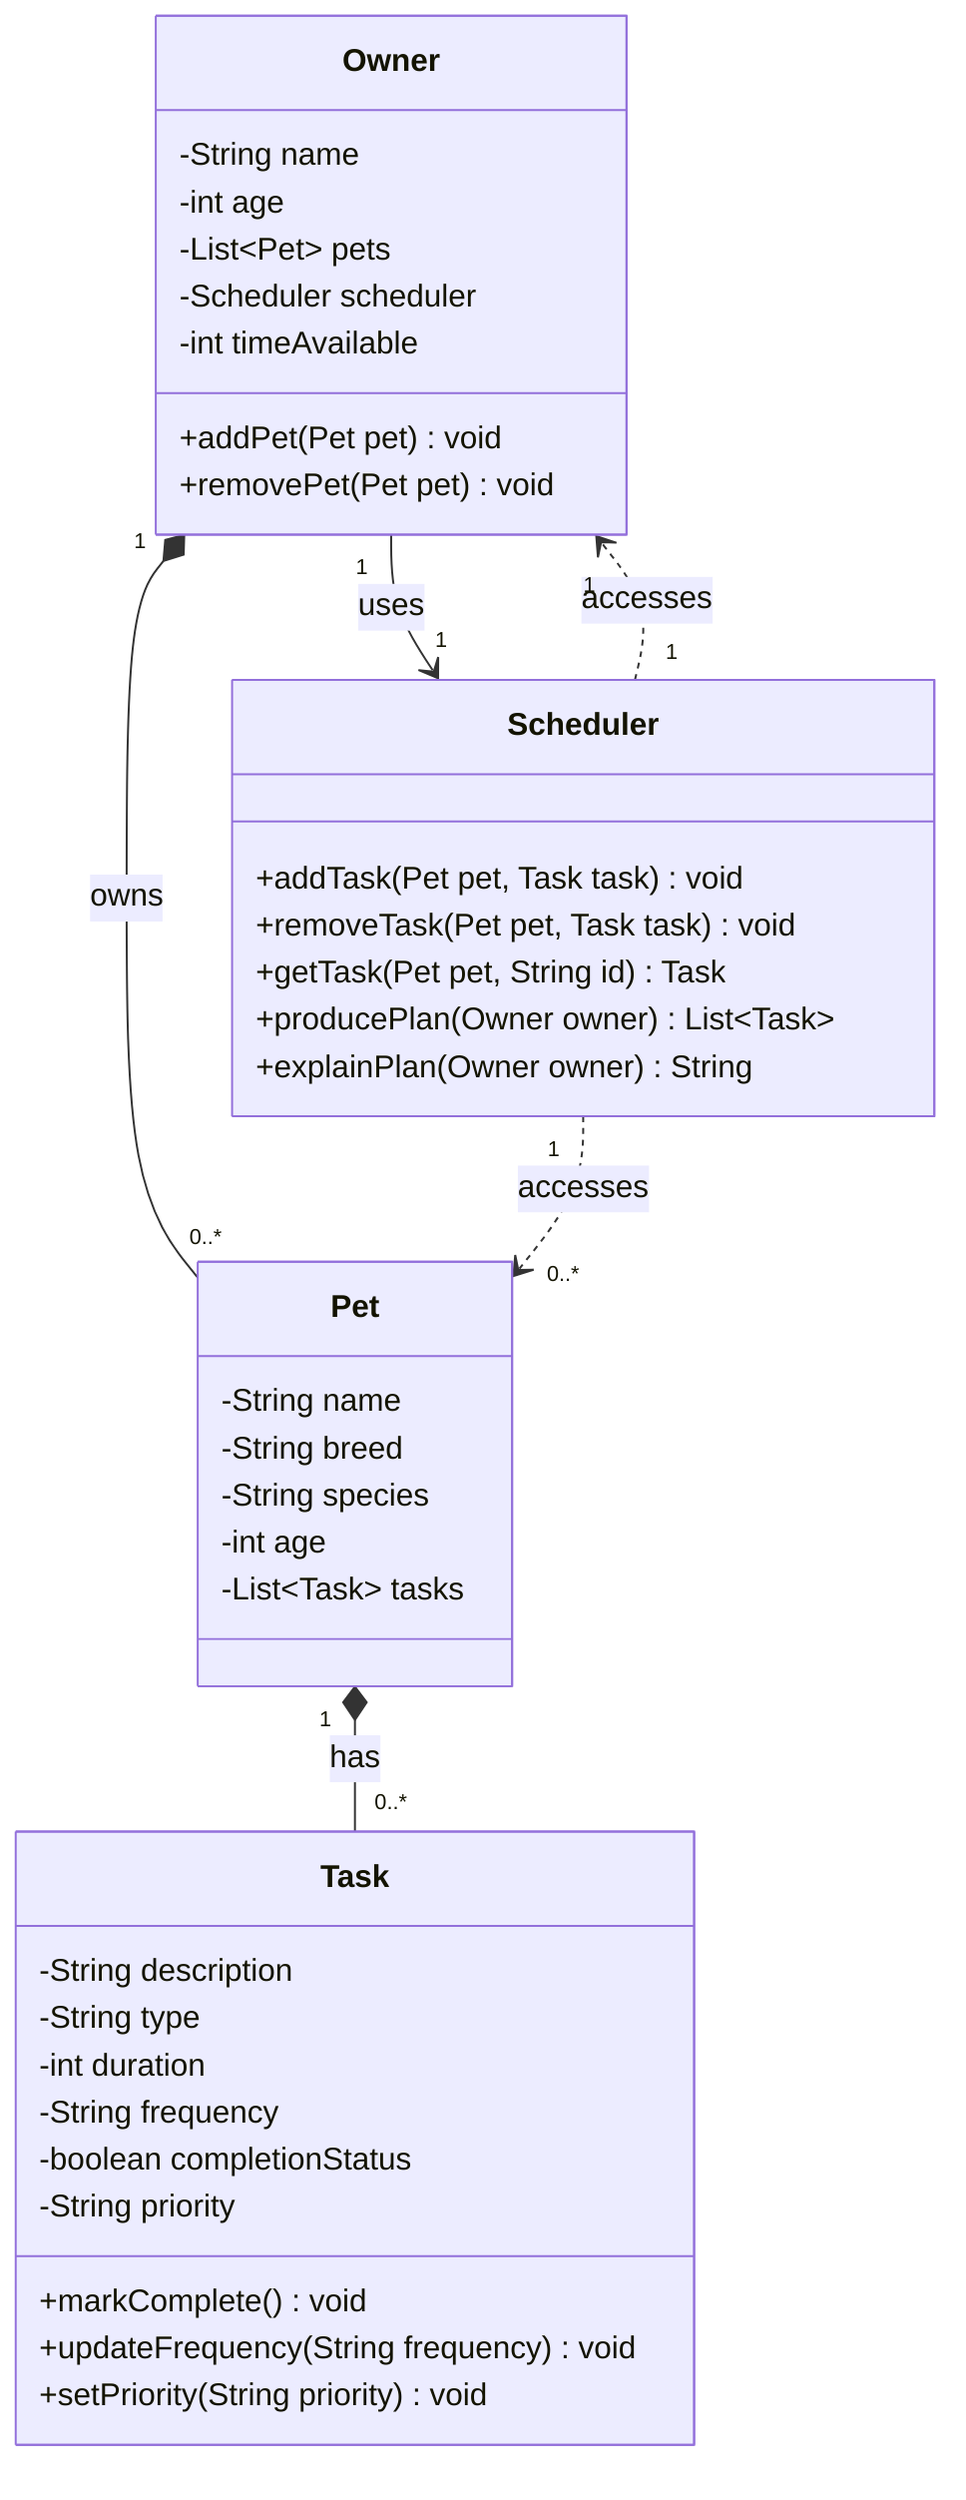
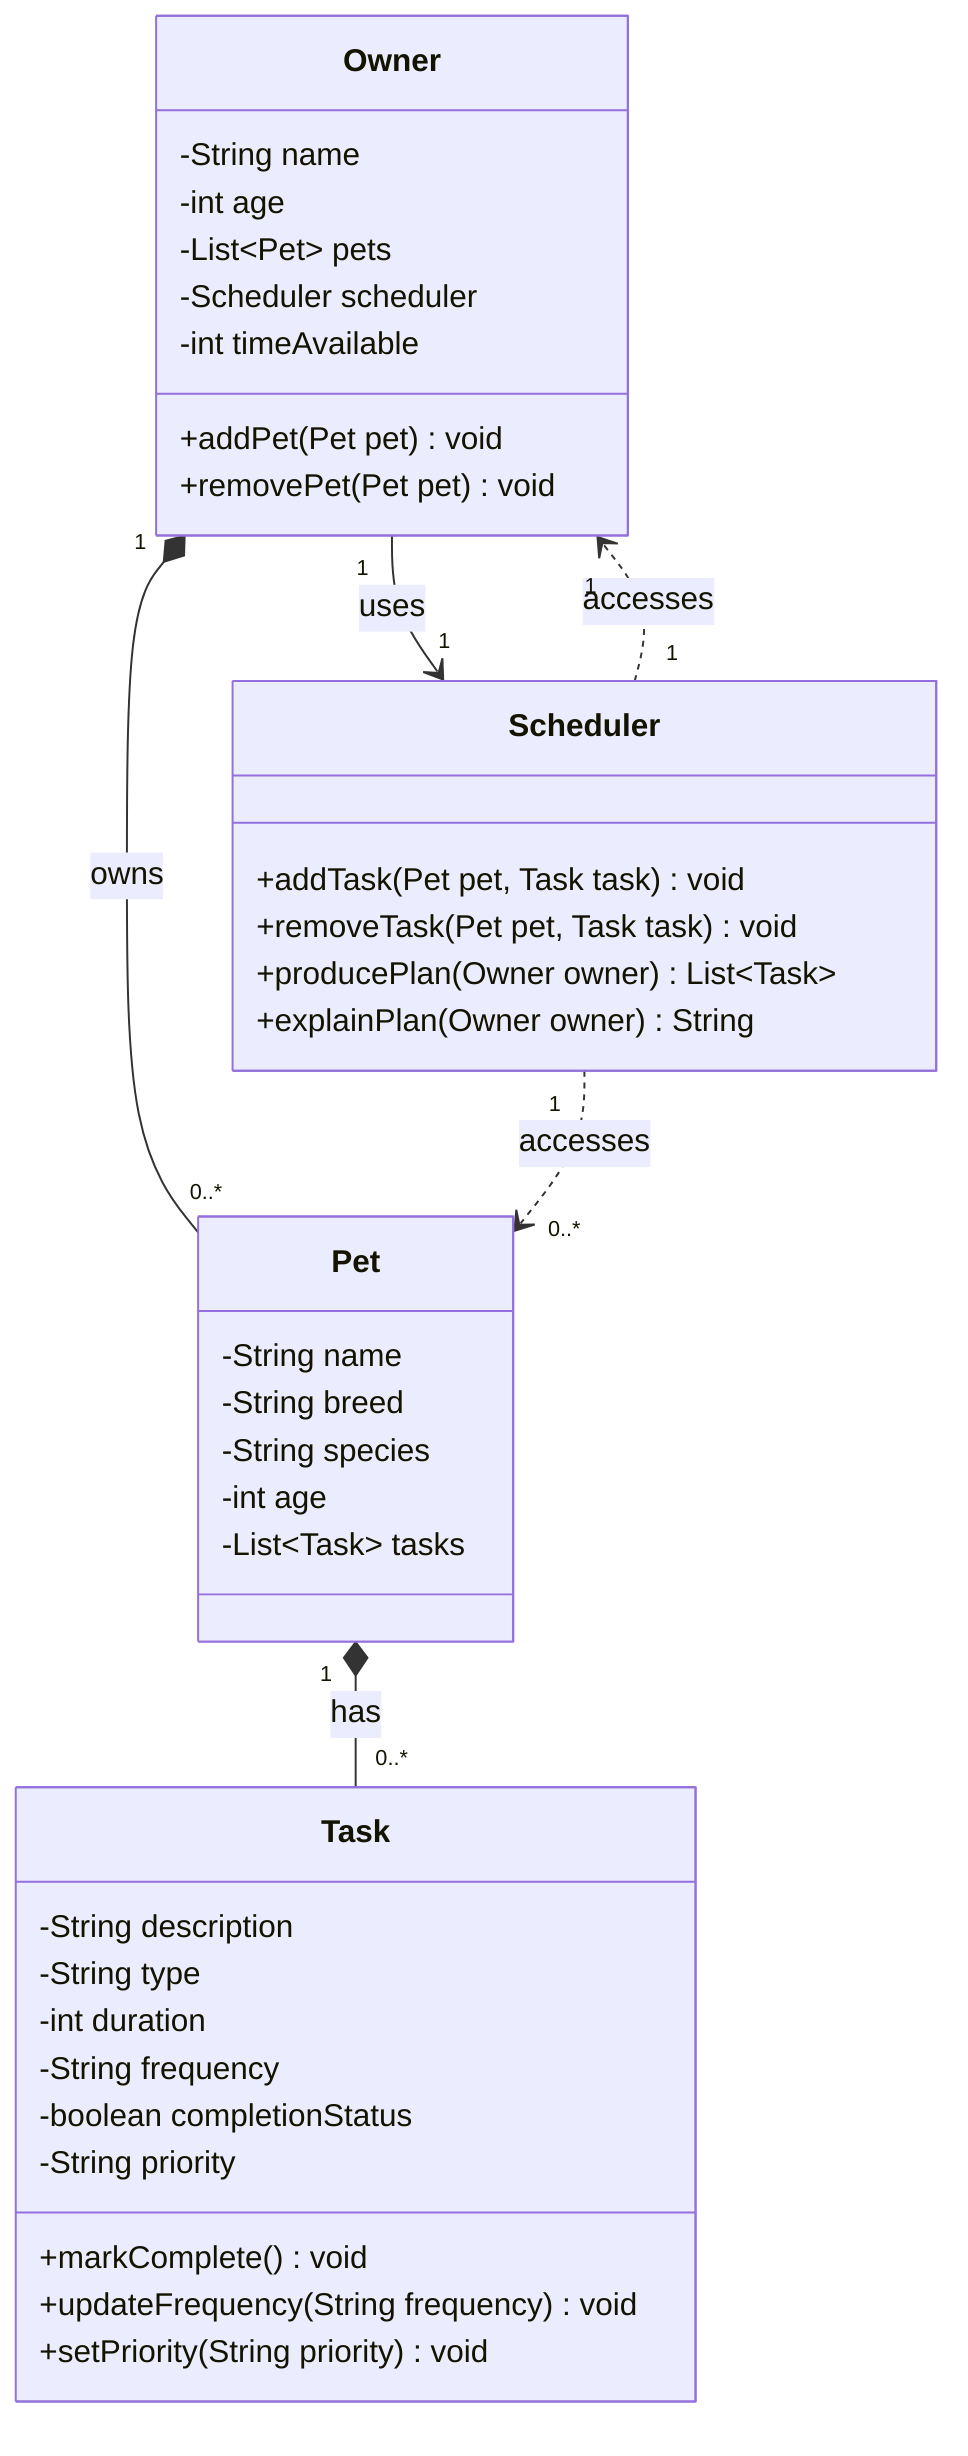
classDiagram
    class Owner {
        -String name
        -int age
        -List~Pet~ pets
        -Scheduler scheduler
        -int timeAvailable
        +addPet(Pet pet) void
        +removePet(Pet pet) void
    }

    class Pet {
        -String name
        -String breed
        -String species
        -int age
        -List~Task~ tasks
    }

    class Task {
        -String description
        -String type
        -int duration
        -String frequency
        -boolean completionStatus
        -String priority
        +markComplete() void
        +updateFrequency(String frequency) void
        +setPriority(String priority) void
    }

    class Scheduler {
        +addTask(Pet pet, Task task) void
        +removeTask(Pet pet, Task task) void
-         +getTask(Pet pet, String id) Task
        +producePlan(Owner owner) List~Task~
        +explainPlan(Owner owner) String
    }

    Owner "1" *-- "0..*" Pet : owns
    Owner "1" --> "1" Scheduler : uses
    Pet "1" *-- "0..*" Task : has
    Scheduler "1" ..> "0..*" Pet : accesses
    Scheduler "1" ..> "1" Owner : accesses
